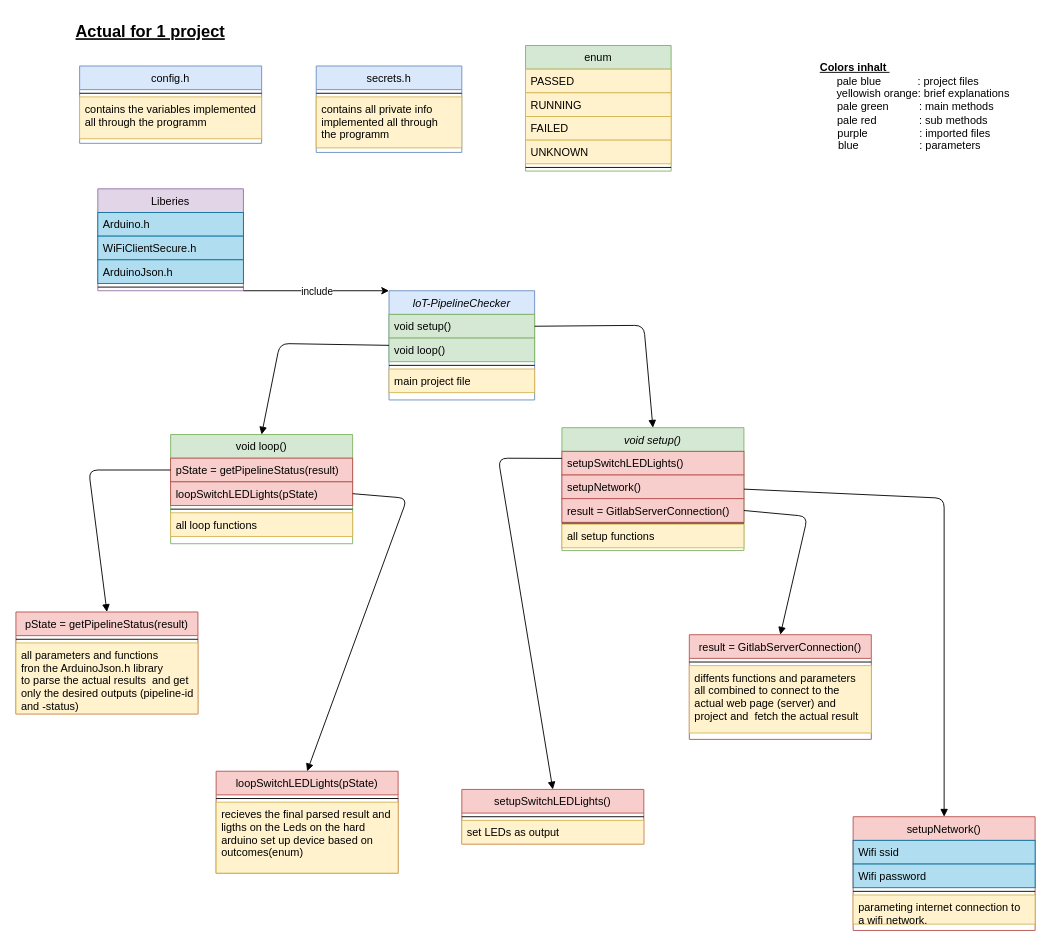
This is lotPipelineChecker.drawio from Centigrade/IoT-PipelineChecker, a draw.io file, before an edit. Source tidied: cells renumbered, new cells numbered last; positions are measured from the earlier drawing's top-left corner, leaving out a move shared by most shapes. Both pictures are drawn from the tidied source at 91%, with x=0, y=0 at pixel (15, 15).
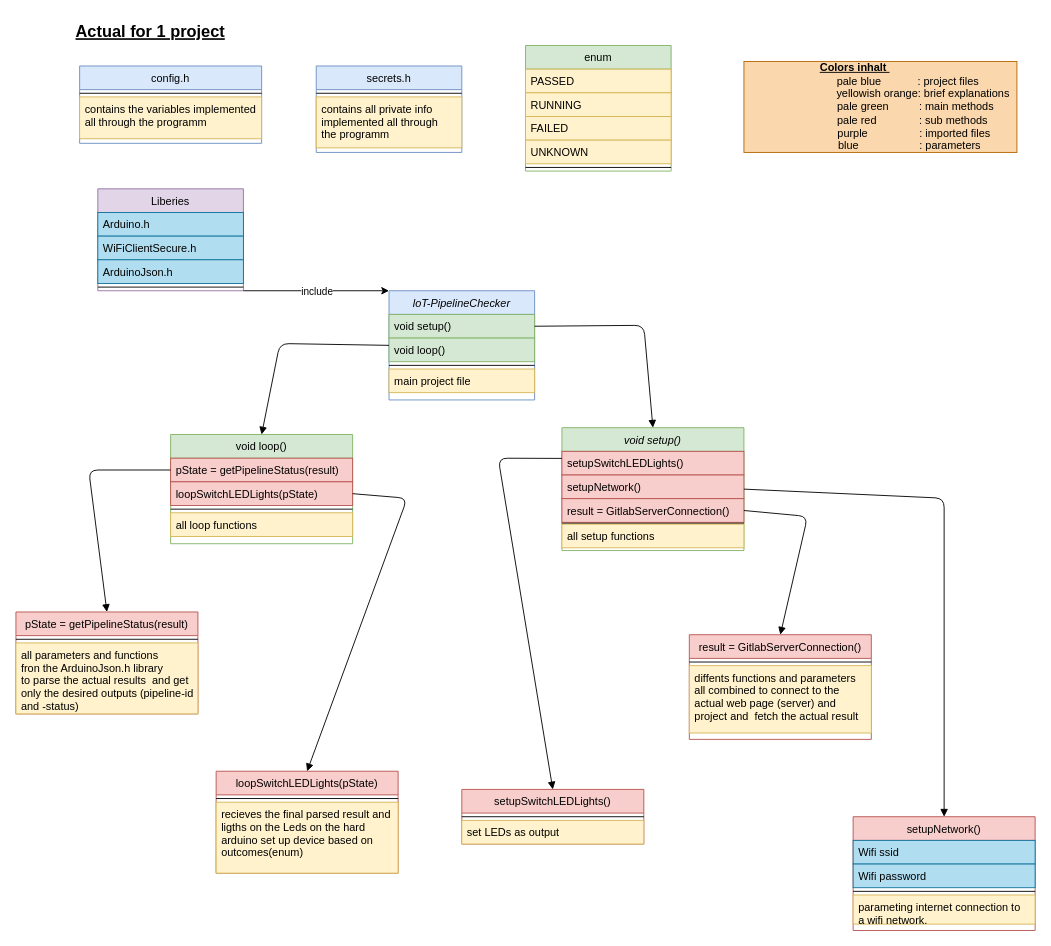
Above is the later version.

Commit message:
add documention (draw.io document)

Change to the diagram source:
```diff
@@
-    <mxCell id="62" value="&lt;b&gt;&lt;u&gt;Colors inhalt&amp;nbsp;&lt;/u&gt;&lt;/b&gt; &amp;nbsp; &amp;nbsp; &amp;nbsp; &amp;nbsp; &amp;nbsp; &amp;nbsp; &amp;nbsp; &amp;nbsp;&amp;nbsp;&lt;br&gt;&amp;nbsp; &amp;nbsp; &amp;nbsp; &amp;nbsp; &amp;nbsp; &amp;nbsp; &amp;nbsp; &amp;nbsp; &amp;nbsp; pale blue&amp;nbsp; &amp;nbsp; &amp;nbsp; &amp;nbsp; &amp;nbsp; &amp;nbsp; : project files&lt;br&gt;&amp;nbsp; &amp;nbsp; &amp;nbsp; &amp;nbsp; &amp;nbsp; &amp;nbsp; &amp;nbsp; &amp;nbsp; &amp;nbsp; &amp;nbsp; &amp;nbsp; &amp;nbsp; &amp;nbsp; &amp;nbsp; yellowish orange: brief explanations&lt;br&gt;&amp;nbsp; &amp;nbsp; &amp;nbsp; &amp;nbsp; &amp;nbsp; &amp;nbsp; &amp;nbsp; &amp;nbsp; &amp;nbsp; &amp;nbsp; &amp;nbsp; &amp;nbsp;pale green&amp;nbsp; &amp;nbsp; &amp;nbsp; &amp;nbsp; &amp;nbsp; : main methods&lt;br&gt;&amp;nbsp; &amp;nbsp; &amp;nbsp; &amp;nbsp; &amp;nbsp; &amp;nbsp; &amp;nbsp; &amp;nbsp; &amp;nbsp; &amp;nbsp; &amp;nbsp;pale red&amp;nbsp; &amp;nbsp; &amp;nbsp; &amp;nbsp; &amp;nbsp; &amp;nbsp; &amp;nbsp; : sub methods&lt;br&gt;&amp;nbsp; &amp;nbsp; &amp;nbsp; &amp;nbsp; &amp;nbsp; &amp;nbsp; &amp;nbsp; &amp;nbsp; &amp;nbsp; &amp;nbsp; &amp;nbsp; purple&amp;nbsp; &amp;nbsp; &amp;nbsp; &amp;nbsp; &amp;nbsp; &amp;nbsp; &amp;nbsp; &amp;nbsp; &amp;nbsp;: imported files&lt;br&gt;&amp;nbsp; &amp;nbsp; &amp;nbsp; &amp;nbsp; &amp;nbsp; &amp;nbsp; &amp;nbsp; &amp;nbsp; &amp;nbsp; &amp;nbsp;blue&amp;nbsp; &amp;nbsp; &amp;nbsp; &amp;nbsp; &amp;nbsp; &amp;nbsp; &amp;nbsp; &amp;nbsp; &amp;nbsp; &amp;nbsp; : parameters" style="text;html=1;align=center;verticalAlign=middle;" parent="1" vertex="1">
+    <mxCell id="62" value="&lt;b&gt;&lt;u&gt;Colors inhalt&amp;nbsp;&lt;/u&gt;&lt;/b&gt; &amp;nbsp; &amp;nbsp; &amp;nbsp; &amp;nbsp; &amp;nbsp; &amp;nbsp; &amp;nbsp; &amp;nbsp;&amp;nbsp;&lt;br&gt;&amp;nbsp; &amp;nbsp; &amp;nbsp; &amp;nbsp; &amp;nbsp; &amp;nbsp; &amp;nbsp; &amp;nbsp; &amp;nbsp; pale blue&amp;nbsp; &amp;nbsp; &amp;nbsp; &amp;nbsp; &amp;nbsp; &amp;nbsp; : project files&lt;br&gt;&amp;nbsp; &amp;nbsp; &amp;nbsp; &amp;nbsp; &amp;nbsp; &amp;nbsp; &amp;nbsp; &amp;nbsp; &amp;nbsp; &amp;nbsp; &amp;nbsp; &amp;nbsp; &amp;nbsp; &amp;nbsp; yellowish orange: brief explanations&lt;br&gt;&amp;nbsp; &amp;nbsp; &amp;nbsp; &amp;nbsp; &amp;nbsp; &amp;nbsp; &amp;nbsp; &amp;nbsp; &amp;nbsp; &amp;nbsp; &amp;nbsp; &amp;nbsp;pale green&amp;nbsp; &amp;nbsp; &amp;nbsp; &amp;nbsp; &amp;nbsp; : main methods&lt;br&gt;&amp;nbsp; &amp;nbsp; &amp;nbsp; &amp;nbsp; &amp;nbsp; &amp;nbsp; &amp;nbsp; &amp;nbsp; &amp;nbsp; &amp;nbsp; &amp;nbsp;pale red&amp;nbsp; &amp;nbsp; &amp;nbsp; &amp;nbsp; &amp;nbsp; &amp;nbsp; &amp;nbsp; : sub methods&lt;br&gt;&amp;nbsp; &amp;nbsp; &amp;nbsp; &amp;nbsp; &amp;nbsp; &amp;nbsp; &amp;nbsp; &amp;nbsp; &amp;nbsp; &amp;nbsp; &amp;nbsp; purple&amp;nbsp; &amp;nbsp; &amp;nbsp; &amp;nbsp; &amp;nbsp; &amp;nbsp; &amp;nbsp; &amp;nbsp; &amp;nbsp;: imported files&lt;br&gt;&amp;nbsp; &amp;nbsp; &amp;nbsp; &amp;nbsp; &amp;nbsp; &amp;nbsp; &amp;nbsp; &amp;nbsp; &amp;nbsp; &amp;nbsp;blue&amp;nbsp; &amp;nbsp; &amp;nbsp; &amp;nbsp; &amp;nbsp; &amp;nbsp; &amp;nbsp; &amp;nbsp; &amp;nbsp; &amp;nbsp; : parameters" style="text;html=1;align=center;verticalAlign=middle;fillColor=#fad7ac;strokeColor=#b46504;" parent="1" vertex="1">
       <mxGeometry x="800" y="50" width="300" height="100" as="geometry" />
     </mxCell>
```
